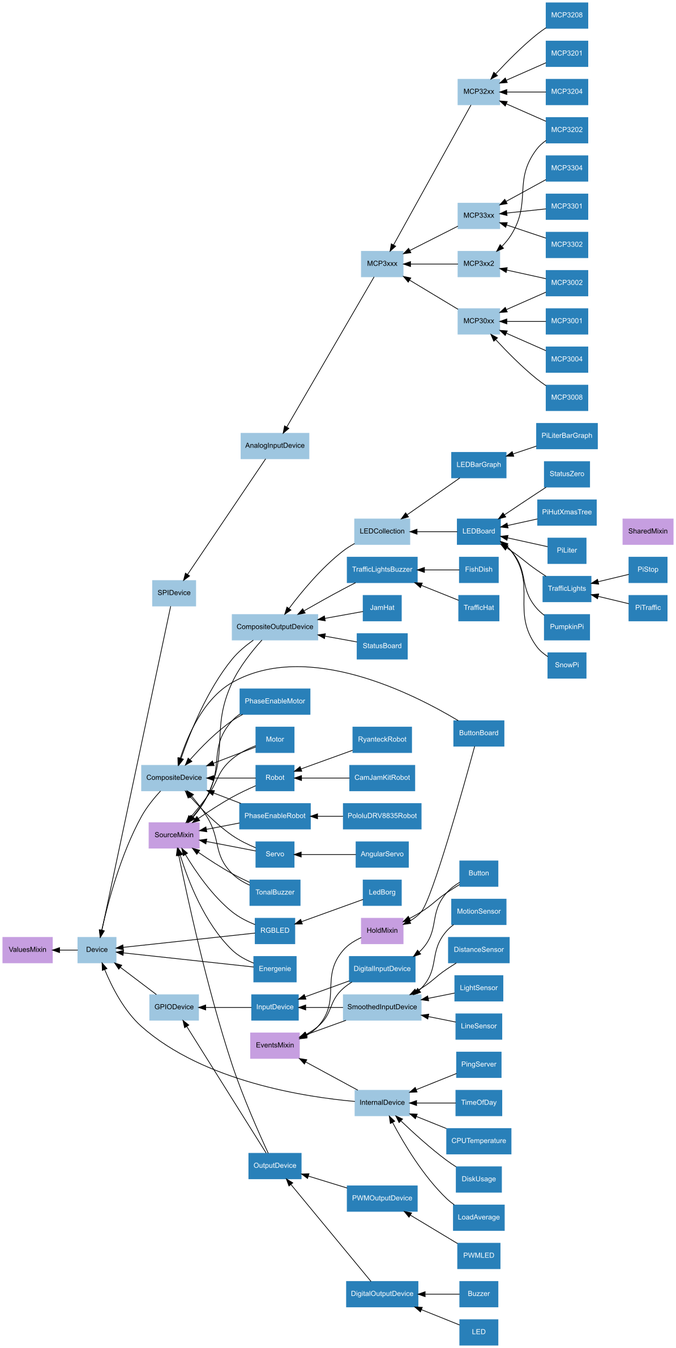
Earlier version of the Graphviz export docs/images/device_hierarchy.png (gpiozero/gpiozero). Its source is kept beside it as docs/images/device_hierarchy.dot.
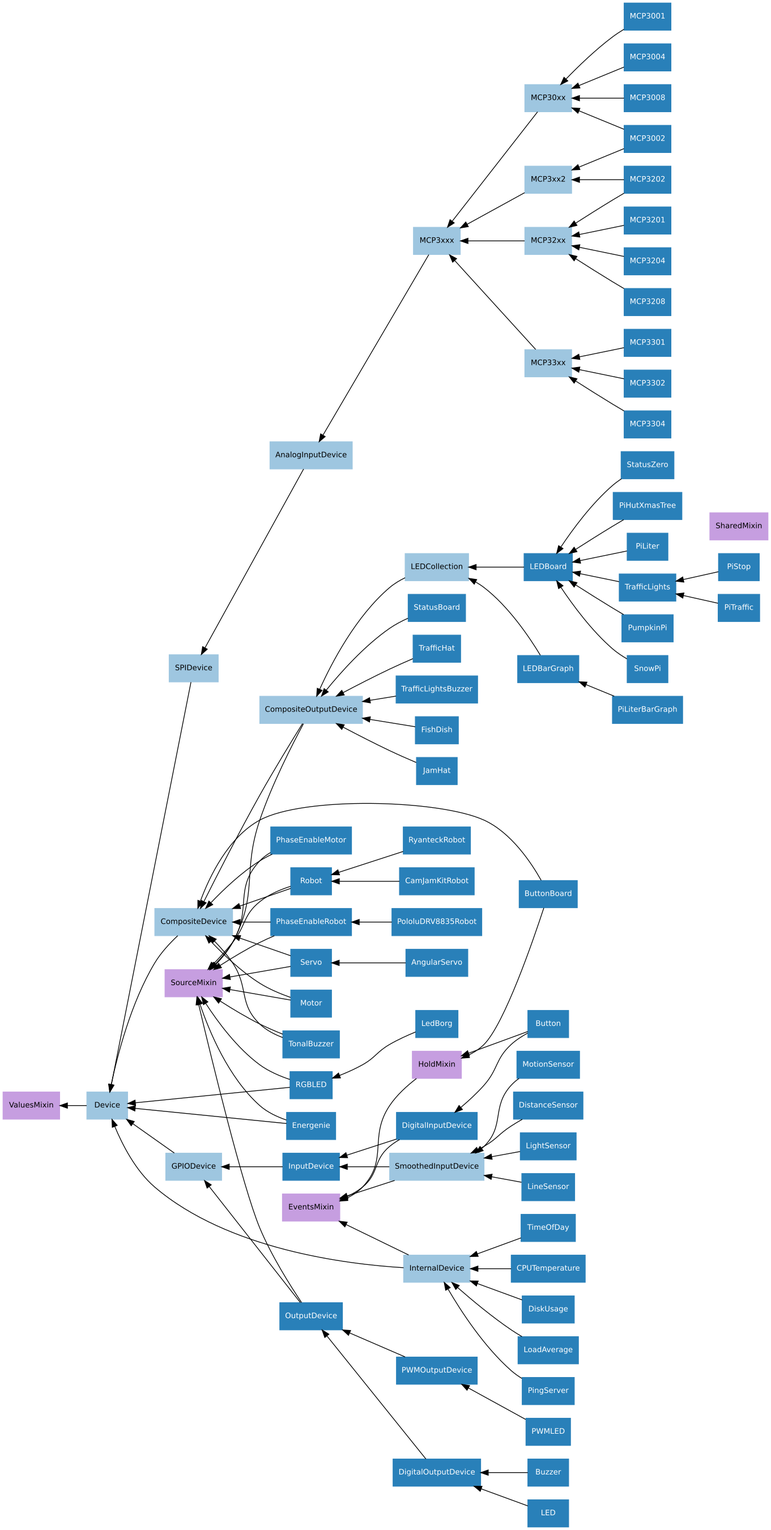
Above is the later version.

Change to the diagram source:
```diff
@@ -1,6 +1,6 @@
 digraph classes {
     graph [rankdir=RL];
-    node [shape=rect, style=filled, fontname=Arial, fontsize=10];
+    node [shape=rect, style=filled, fontname=Sans, fontsize=10];
     edge [];
 
     /* Mixin classes */
@@ -53,7 +53,7 @@
     DistanceSensor->SmoothedInputDevice;
     Energenie->Device;
     Energenie->SourceMixin;
-    FishDish->TrafficLightsBuzzer;
+    FishDish->CompositeOutputDevice;
     GPIODevice->Device;
     HoldMixin->EventsMixin;
     InputDevice->GPIODevice;
@@ -121,7 +121,7 @@
     TimeOfDay->InternalDevice;
     TonalBuzzer->CompositeDevice;
     TonalBuzzer->SourceMixin;
-    TrafficHat->TrafficLightsBuzzer;
+    TrafficHat->CompositeOutputDevice;
     TrafficLights->LEDBoard;
     TrafficLightsBuzzer->CompositeOutputDevice;
 }
```
